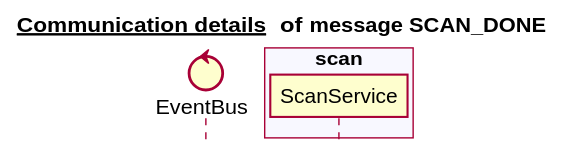
The PlantUML diagram docs/latest/images/gen_domain_messaging_scan_done.svg in mercedes-benz/sechub, before a commit.
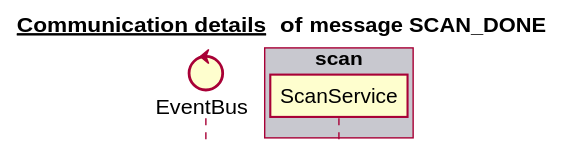
Above is the later version.

The edit, as a diff of the source:
```diff
@@ -6,16 +6,16 @@
 
 
 control EventBus
+box "scan" #C8C8CF
+   participant ScanService
+end box
+box "authorization" #F8F8FF
+end box
 box "administration" #C8C8CF
 end box
-box "schedule" #F8F8FF
+box "notification" #F8F8FF
 end box
-box "authorization" #C8C8CF
-end box
-box "scan" #F8F8FF
-   participant ScanService
-end box
-box "notification" #C8C8CF
+box "schedule" #C8C8CF
 end box
 
 
```
